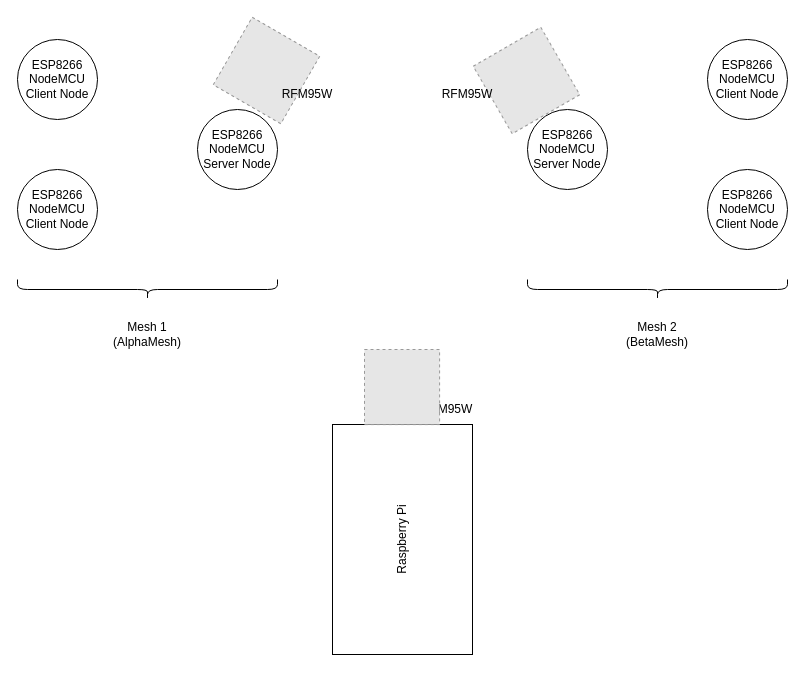
This is General Overview.drawio from camejuanm/esp8266MeshLoRaServer, a draw.io file, before an edit. Source tidied: cells renumbered, new cells numbered last; positions are measured from the earlier drawing's top-left corner, leaving out a move shared by most shapes. Both pictures are drawn from the tidied source at 100%, with x=0, y=0 at pixel (17, 31). Pictures stored in the file or linked from it are replaced by grey dashed boxes.
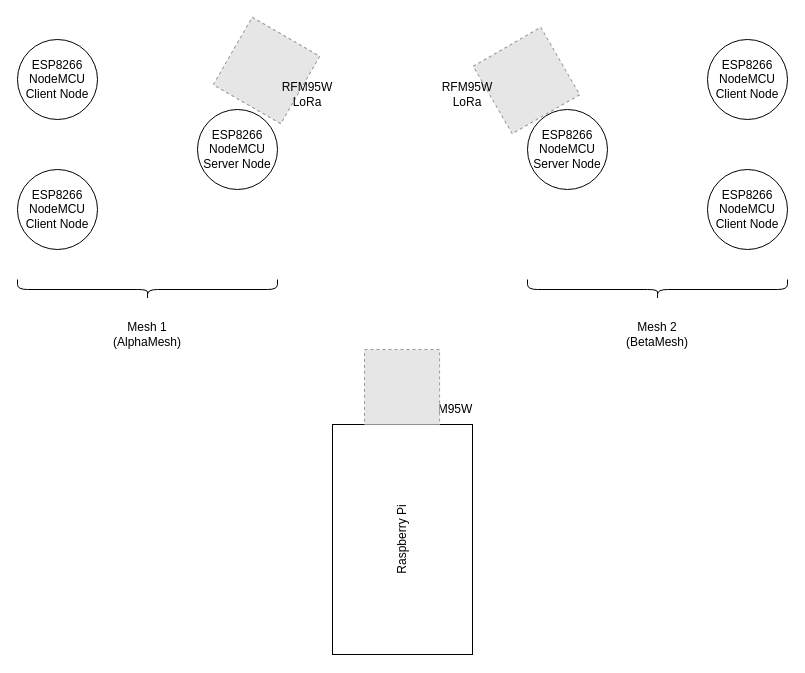
After the change.

Commit message:
Added text description for LoRa

Change to the diagram source:
```diff
@@
 <mxGraphModel>
   <root>
     <mxCell id="0" />
     <mxCell id="1" parent="0" />
     <mxCell id="2" value="ESP8266&lt;br&gt;NodeMCU&lt;br&gt;Client Node" style="ellipse;whiteSpace=wrap;html=1;" parent="1" vertex="1">
       <mxGeometry y="138" width="80" height="80" as="geometry" />
     </mxCell>
     <mxCell id="3" value="ESP8266&lt;br&gt;NodeMCU&lt;br&gt;Client Node" style="ellipse;whiteSpace=wrap;html=1;" parent="1" vertex="1">
       <mxGeometry y="8" width="80" height="80" as="geometry" />
     </mxCell>
     <mxCell id="4" value="ESP8266&lt;br&gt;NodeMCU&lt;br&gt;Server Node" style="ellipse;whiteSpace=wrap;html=1;fillColor=none;" parent="1" vertex="1">
       <mxGeometry x="180" y="78" width="80" height="80" as="geometry" />
     </mxCell>
     <mxCell id="5" style="shape=curlyBracket;whiteSpace=wrap;html=1;rounded=1;flipH=1;fillColor=none;rotation=90;" parent="1" vertex="1">
       <mxGeometry x="120" y="128" width="20" height="260" as="geometry" />
     </mxCell>
     <mxCell id="6" value="Mesh 1 (AlphaMesh)" style="text;html=1;strokeColor=none;fillColor=none;align=center;verticalAlign=middle;whiteSpace=wrap;rounded=0;" parent="1" vertex="1">
       <mxGeometry x="100" y="288" width="60" height="30" as="geometry" />
     </mxCell>
     <mxCell id="7" value="ESP8266&lt;br&gt;NodeMCU&lt;br&gt;Client Node" style="ellipse;whiteSpace=wrap;html=1;" parent="1" vertex="1">
       <mxGeometry x="690" y="138" width="80" height="80" as="geometry" />
     </mxCell>
     <mxCell id="8" value="ESP8266&lt;br&gt;NodeMCU&lt;br&gt;Client Node" style="ellipse;whiteSpace=wrap;html=1;" parent="1" vertex="1">
       <mxGeometry x="690" y="8" width="80" height="80" as="geometry" />
     </mxCell>
     <mxCell id="9" value="ESP8266&lt;br&gt;NodeMCU&lt;br&gt;Server Node" style="ellipse;whiteSpace=wrap;html=1;fillColor=none;" parent="1" vertex="1">
       <mxGeometry x="510" y="78" width="80" height="80" as="geometry" />
     </mxCell>
     <mxCell id="10" style="shape=curlyBracket;whiteSpace=wrap;html=1;rounded=1;flipH=1;fillColor=none;rotation=90;" parent="1" vertex="1">
       <mxGeometry x="630" y="128" width="20" height="260" as="geometry" />
     </mxCell>
     <mxCell id="11" value="Mesh 2 (BetaMesh)" style="text;html=1;strokeColor=none;fillColor=none;align=center;verticalAlign=middle;whiteSpace=wrap;rounded=0;" parent="1" vertex="1">
       <mxGeometry x="610" y="288" width="60" height="30" as="geometry" />
     </mxCell>
     <mxCell id="12" style="fillColor=#E6E6E6;strokeColor=#999999;dashed=1;html=1;verticalAlign=top;verticalLabelPosition=bottom;labelBackgroundColor=#ffffff;rotation=-30;" parent="1" vertex="1">
       <mxGeometry x="470" y="10" width="78" height="78" as="geometry" />
     </mxCell>
     <mxCell id="13" style="fillColor=#E6E6E6;strokeColor=#999999;dashed=1;html=1;verticalAlign=top;verticalLabelPosition=bottom;labelBackgroundColor=#ffffff;rotation=30;" parent="1" vertex="1">
       <mxGeometry x="210" width="78" height="78" as="geometry" />
     </mxCell>
-    <mxCell id="14" value="RFM95W&lt;br&gt;" style="text;html=1;strokeColor=none;fillColor=none;align=center;verticalAlign=middle;whiteSpace=wrap;rounded=0;" parent="1" vertex="1">
+    <mxCell id="14" value="RFM95W&lt;br&gt;LoRa" style="text;html=1;strokeColor=none;fillColor=none;align=center;verticalAlign=middle;whiteSpace=wrap;rounded=0;" parent="1" vertex="1">
       <mxGeometry x="420" y="48" width="60" height="30" as="geometry" />
     </mxCell>
-    <mxCell id="15" value="RFM95W&lt;br&gt;" style="text;html=1;strokeColor=none;fillColor=none;align=center;verticalAlign=middle;whiteSpace=wrap;rounded=0;" parent="1" vertex="1">
+    <mxCell id="15" value="RFM95W&lt;br&gt;LoRa" style="text;html=1;strokeColor=none;fillColor=none;align=center;verticalAlign=middle;whiteSpace=wrap;rounded=0;" parent="1" vertex="1">
       <mxGeometry x="260" y="48" width="60" height="30" as="geometry" />
     </mxCell>
     <mxCell id="16" value="Raspberry Pi" style="rounded=0;whiteSpace=wrap;html=1;rotation=-90;" parent="1" vertex="1">
       <mxGeometry x="270" y="438" width="230" height="140" as="geometry" />
     </mxCell>
     <mxCell id="17" value="RFM95W&lt;br&gt;" style="text;html=1;strokeColor=none;fillColor=none;align=center;verticalAlign=middle;whiteSpace=wrap;rounded=0;" parent="1" vertex="1">
       <mxGeometry x="400" y="268" width="60" height="220" as="geometry" />
     </mxCell>
     <mxCell id="18" style="fillColor=#E6E6E6;strokeColor=#999999;dashed=1;html=1;verticalAlign=top;verticalLabelPosition=bottom;labelBackgroundColor=#ffffff;rotation=0;" parent="1" vertex="1">
       <mxGeometry x="347" y="318" width="75.1" height="75.1" as="geometry" />
     </mxCell>
   </root>
 </mxGraphModel>
```
